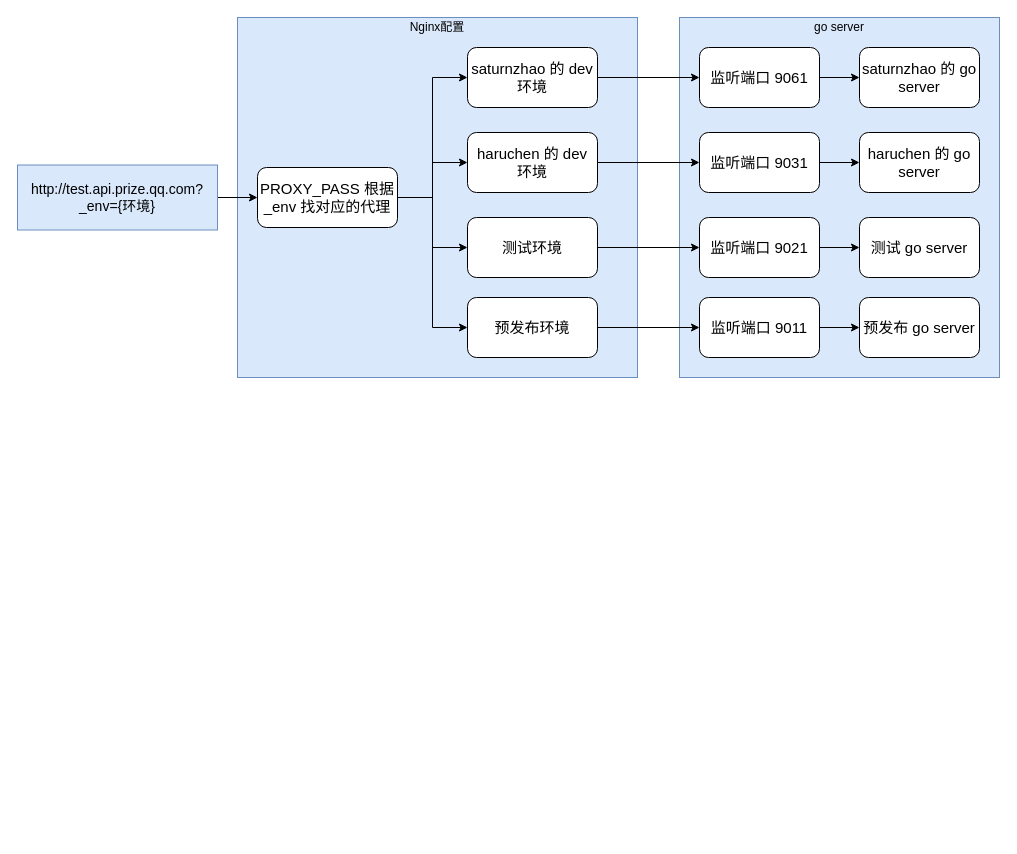
Above: 测试环境的问题.drawio in SaturnRings/draw (draw.io), before the change. Source tidied: cells renumbered, new cells numbered last; positions are measured from the earlier drawing's top-left corner, leaving out a move shared by most shapes. Both pictures are drawn from the tidied source at 100%, with x=0, y=0 at pixel (17, 17).
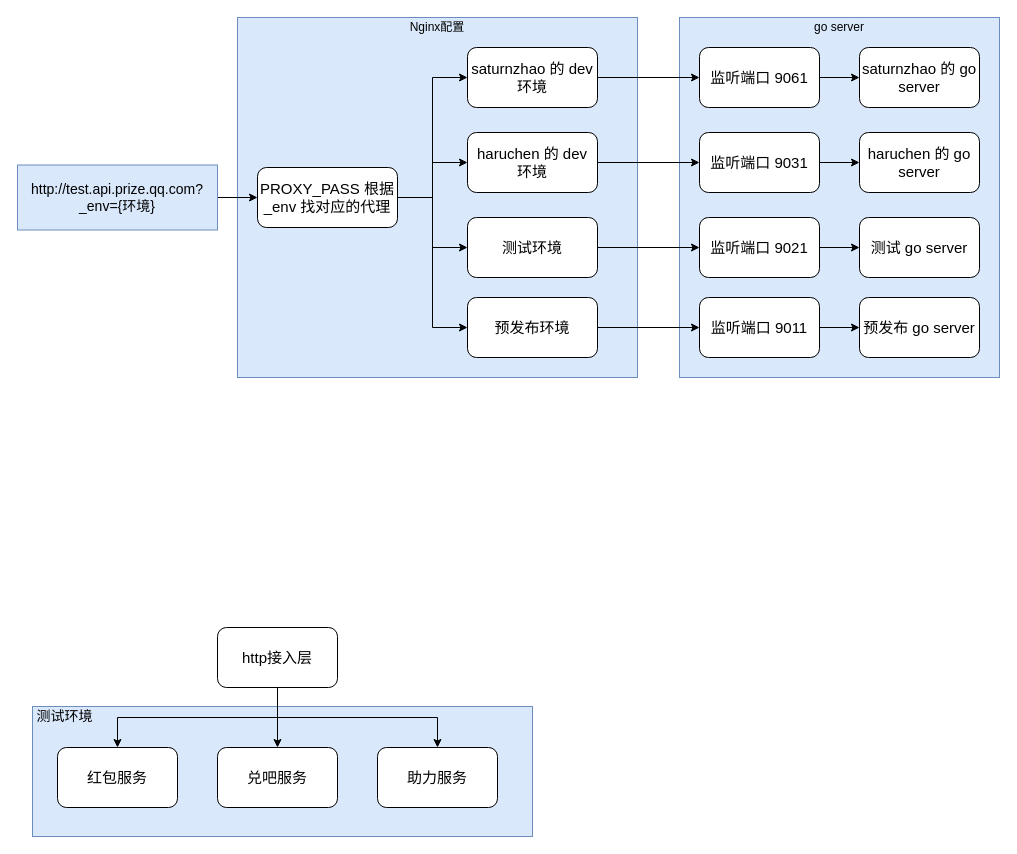
The same page after the edit.

Commit message (it also covers changes not shown here):
Update 测试环境的问题.drawio

What changed in the source:
```diff
@@
+    <mxCell id="33" style="rounded=0;whiteSpace=wrap;html=1;fontSize=14;fillColor=#dae8fc;strokeColor=#6c8ebf;" parent="1" vertex="1">
+      <mxGeometry x="15" y="689" width="500" height="130" as="geometry" />
+    </mxCell>
@@
+    <mxCell id="34" style="edgeStyle=orthogonalEdgeStyle;rounded=0;jettySize=auto;html=1;entryX=0.5;entryY=0;entryDx=0;entryDy=0;fontSize=14;exitX=0.5;exitY=1;exitDx=0;exitDy=0;" parent="1" edge="1" source="37" target="38">
+      <mxGeometry relative="1" as="geometry" />
+    </mxCell>
+    <mxCell id="35" style="edgeStyle=orthogonalEdgeStyle;rounded=0;jettySize=auto;html=1;entryX=0.5;entryY=0;entryDx=0;entryDy=0;fontSize=14;" parent="1" edge="1" source="37" target="39">
+      <mxGeometry relative="1" as="geometry" />
+    </mxCell>
+    <mxCell id="36" style="edgeStyle=orthogonalEdgeStyle;rounded=0;jettySize=auto;html=1;entryX=0.5;entryY=0;entryDx=0;entryDy=0;fontSize=14;exitX=0.5;exitY=1;exitDx=0;exitDy=0;" parent="1" edge="1" source="37" target="40">
+      <mxGeometry relative="1" as="geometry" />
+    </mxCell>
+    <mxCell id="37" value="http接入层" style="rounded=1;whiteSpace=wrap;html=1;fontSize=15;" parent="1" vertex="1">
+      <mxGeometry x="200" y="610" width="120" height="60" as="geometry" />
+    </mxCell>
+    <mxCell id="38" value="红包服务" style="rounded=1;whiteSpace=wrap;html=1;fontSize=15;" parent="1" vertex="1">
+      <mxGeometry x="40" y="730" width="120" height="60" as="geometry" />
+    </mxCell>
+    <mxCell id="39" value="兑吧服务" style="rounded=1;whiteSpace=wrap;html=1;fontSize=15;" parent="1" vertex="1">
+      <mxGeometry x="200" y="730" width="120" height="60" as="geometry" />
+    </mxCell>
+    <mxCell id="40" value="助力服务" style="rounded=1;whiteSpace=wrap;html=1;fontSize=15;" parent="1" vertex="1">
+      <mxGeometry x="360" y="730" width="120" height="60" as="geometry" />
+    </mxCell>
+    <mxCell id="41" value="测试环境" style="text;html=1;strokeColor=none;fillColor=none;align=center;verticalAlign=middle;whiteSpace=wrap;rounded=0;fontSize=14;" parent="1" vertex="1">
+      <mxGeometry x="15" y="689" width="65" height="20" as="geometry" />
+    </mxCell>
```
